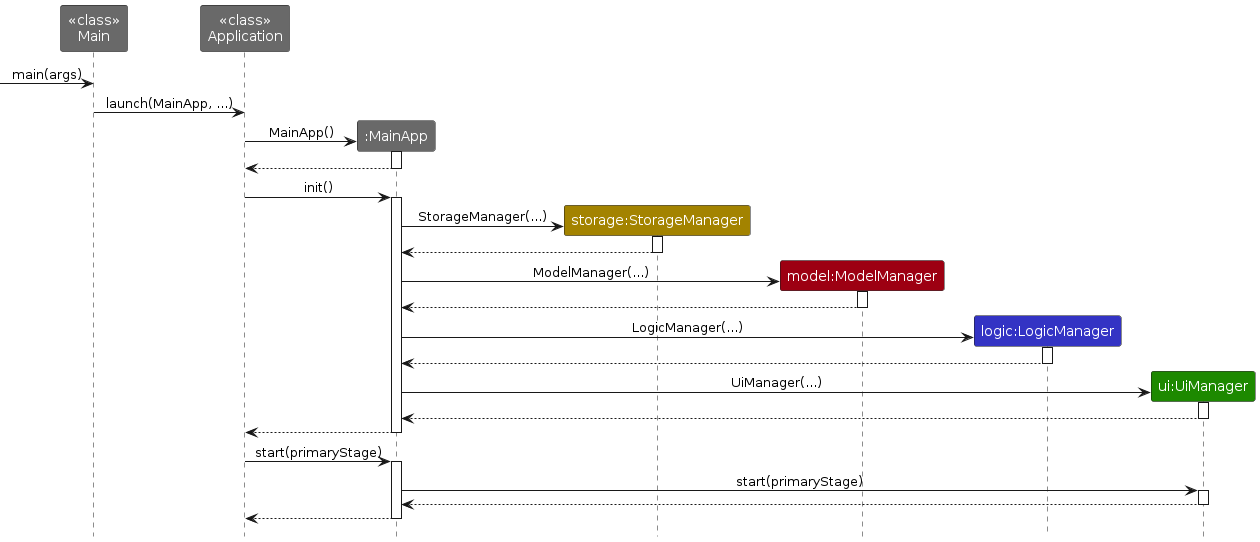
AY2627S1-CS2103T-W13-4/tp keeps this PlantUML diagram as diagrams/MainSequenceDiagram.png. Above is the earlier version. Its source is kept beside it as diagrams/MainSequenceDiagram.puml. Source of this version:
```plantuml
@startuml
!include style.puml
skinparam ArrowFontStyle plain

participant "<<class>>\nMain" as Main #696969
participant "<<class>>\nApplication" as Application #696969
participant ":MainApp" as MainApp #696969
participant "storage:StorageManager" as Storage STORAGE_COLOR
participant "model:ModelManager" as Model MODEL_COLOR
participant "logic:LogicManager" as Logic LOGIC_COLOR
participant "ui:UiManager" as Ui UI_COLOR

[-> Main : main(args)

Main -> Application : launch(MainApp, ...)

create MainApp
Application -> MainApp : MainApp()
activate MainApp
MainApp --> Application
deactivate MainApp

Application -> MainApp : init()
activate MainApp

create Storage
MainApp -> Storage : StorageManager(...)
activate Storage
Storage --> MainApp
deactivate Storage

create Model
MainApp -> Model : ModelManager(...)
activate Model
Model --> MainApp
deactivate Model

create Logic
MainApp -> Logic : LogicManager(...)
activate Logic
Logic --> MainApp
deactivate Logic

create Ui
MainApp -> Ui : UiManager(...)
activate Ui
Ui --> MainApp
deactivate Ui

MainApp --> Application
deactivate MainApp

Application -> MainApp : start(primaryStage)
activate MainApp

MainApp -> Ui : start(primaryStage)
activate Ui
Ui --> MainApp
deactivate Ui

MainApp --> Application
deactivate MainApp
@enduml
```
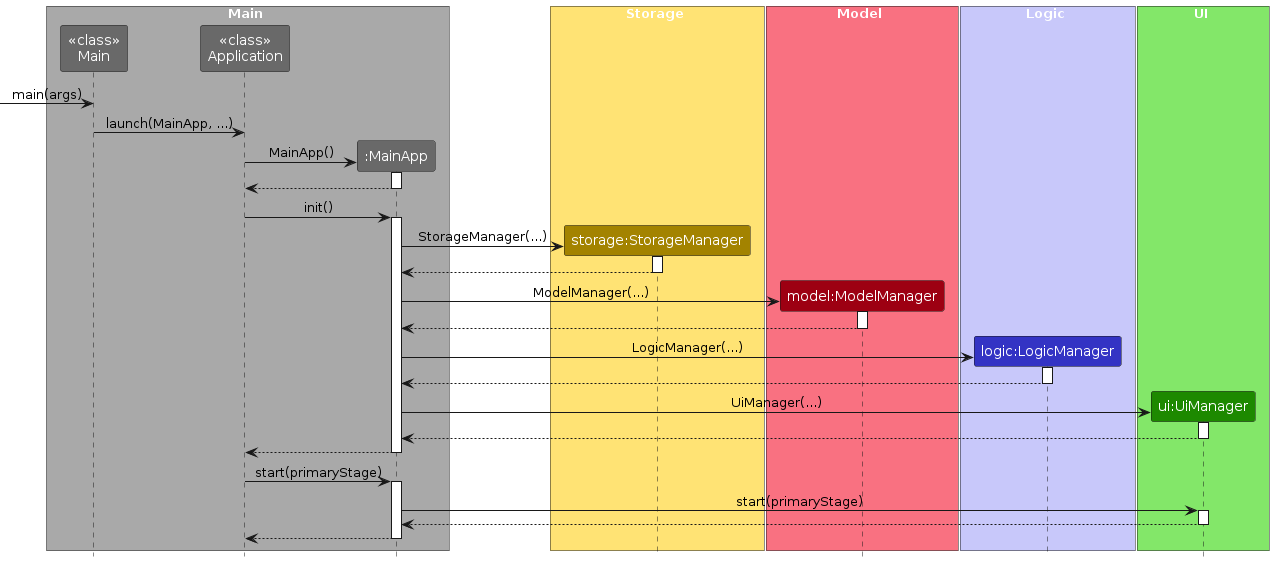
The same file after the commit.

Diff of the diagram source:
```diff
@@ -2,13 +2,27 @@
 !include style.puml
 skinparam ArrowFontStyle plain
 
+box Main #A9A9A9
 participant "<<class>>\nMain" as Main #696969
 participant "<<class>>\nApplication" as Application #696969
 participant ":MainApp" as MainApp #696969
+end box
+
+box Storage STORAGE_COLOR_T1
 participant "storage:StorageManager" as Storage STORAGE_COLOR
+end box
+
+box Model MODEL_COLOR_T1
 participant "model:ModelManager" as Model MODEL_COLOR
+end box
+
+box Logic LOGIC_COLOR_T1
 participant "logic:LogicManager" as Logic LOGIC_COLOR
+end box
+
+box UI UI_COLOR_T1
 participant "ui:UiManager" as Ui UI_COLOR
+end box
 
 [-> Main : main(args)
 
```
